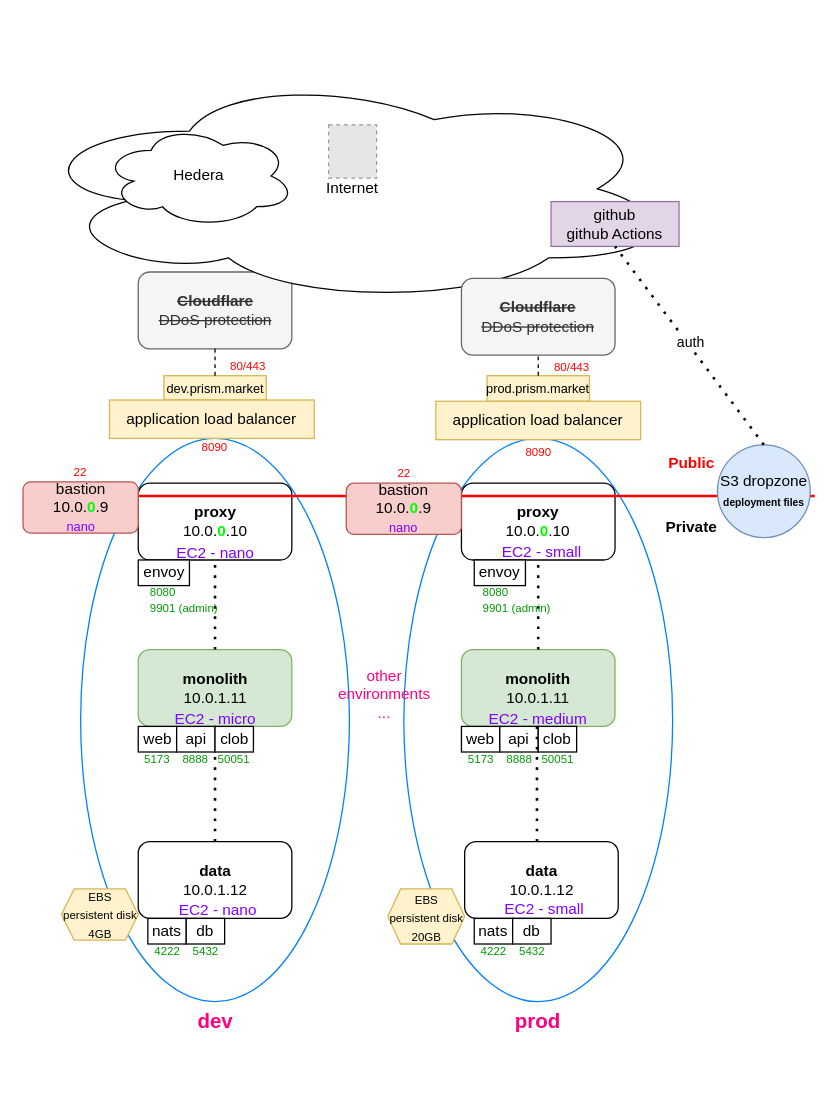
The draw.io diagram resources/Predict.drawio in Amplified-Information/testing, before the edit. Source tidied: cells renumbered, new cells numbered last; positions are measured from the earlier drawing's top-left corner, leaving out a move shared by most shapes. Both pictures are drawn from the tidied source at 128%, with x=0, y=0 at pixel (23, 73). Pictures stored in the file or linked from it are replaced by grey dashed boxes.
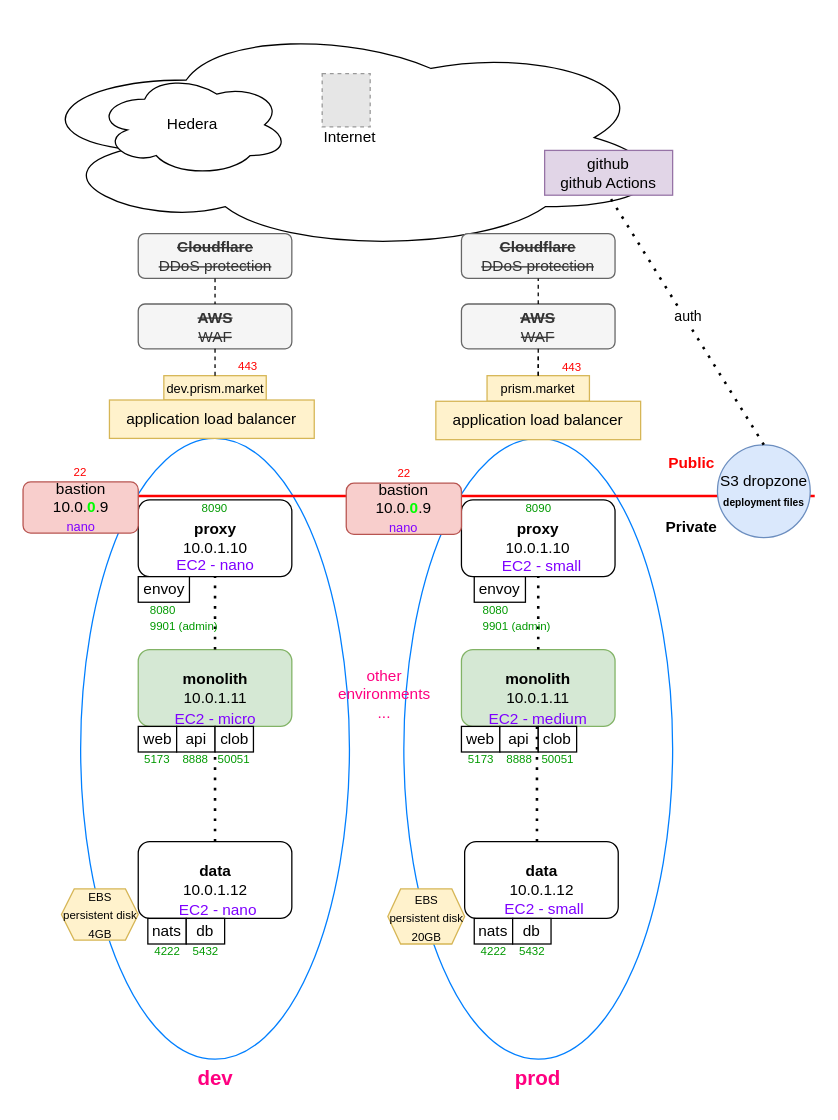
The same page after the edit.

Unchanged cells that the change refers to:
```xml
<mxCell id="56" value="&lt;font style=&quot;font-size: 10px;&quot;&gt;dev.prism.market&lt;/font&gt;" style="rounded=0;whiteSpace=wrap;html=1;fillColor=#fff2cc;strokeColor=#d6b656;" parent="1" vertex="1">
  <mxGeometry x="109.5" y="236" width="80" height="19" as="geometry" />
</mxCell>
```

Diff of the diagram source:
```diff
@@
     <mxCell id="2" style="ellipse;whiteSpace=wrap;html=1;fillColor=none;strokeColor=#007FFF;" parent="1" vertex="1">
-      <mxGeometry x="44.5" y="285" width="210" height="440" as="geometry" />
+      <mxGeometry x="44.5" y="285" width="210" height="485" as="geometry" />
     </mxCell>
     <mxCell id="3" style="ellipse;whiteSpace=wrap;html=1;fillColor=none;strokeColor=#007FFF;" parent="1" vertex="1">
-      <mxGeometry x="297" y="285" width="210" height="440" as="geometry" />
+      <mxGeometry x="297" y="285" width="210" height="485" as="geometry" />
     </mxCell>
-    <mxCell id="4" value="&lt;b&gt;proxy&lt;/b&gt;&lt;br&gt;&lt;div&gt;10.0.&lt;font style=&quot;color: rgb(0, 255, 0);&quot;&gt;&lt;b&gt;0&lt;/b&gt;&lt;/font&gt;.10&lt;/div&gt;" style="rounded=1;whiteSpace=wrap;html=1;" parent="1" vertex="1">
-      <mxGeometry x="89.5" y="320" width="120" height="60" as="geometry" />
+    <mxCell id="4" value="&lt;b&gt;proxy&lt;/b&gt;&lt;br&gt;&lt;div&gt;10.0.1.10&lt;/div&gt;" style="rounded=1;whiteSpace=wrap;html=1;" parent="1" vertex="1">
+      <mxGeometry x="89.5" y="333" width="120" height="60" as="geometry" />
     </mxCell>
@@
     <mxCell id="14" value="&lt;strike&gt;&lt;b&gt;Cloudflare&lt;/b&gt;&lt;br&gt;DDoS protection&lt;/strike&gt;" style="rounded=1;whiteSpace=wrap;html=1;fillColor=#f5f5f5;fontColor=#333333;strokeColor=#666666;" parent="1" vertex="1">
-      <mxGeometry x="89.5" y="155" width="120" height="60" as="geometry" />
+      <mxGeometry x="89.5" y="125" width="120" height="35" as="geometry" />
     </mxCell>
@@
     <mxCell id="18" value="&lt;font style=&quot;color: rgb(127, 0, 255);&quot;&gt;EC2 - nano&lt;/font&gt;" style="text;html=1;align=center;verticalAlign=middle;whiteSpace=wrap;rounded=0;" parent="1" vertex="1">
-      <mxGeometry x="99.5" y="360" width="100" height="30" as="geometry" />
+      <mxGeometry x="99.5" y="369" width="100" height="30" as="geometry" />
     </mxCell>
@@
     <mxCell id="23" value="Internet" style="ellipse;shape=cloud;whiteSpace=wrap;html=1;" parent="1" vertex="1">
-      <mxGeometry x="2" width="510" height="180" as="geometry" />
+      <mxGeometry x="-0.5" y="-40" width="510" height="180" as="geometry" />
     </mxCell>
@@
     <mxCell id="28" value="envoy" style="rounded=0;whiteSpace=wrap;html=1;" parent="1" vertex="1">
-      <mxGeometry x="89.5" y="380" width="40" height="20" as="geometry" />
+      <mxGeometry x="89.5" y="393" width="40" height="20" as="geometry" />
     </mxCell>
@@
     <mxCell id="34" value="&lt;div style=&quot;line-height: 100%;&quot;&gt;&lt;font style=&quot;color: rgb(0, 153, 0); font-size: 9px; line-height: 100%;&quot;&gt;8080&lt;/font&gt;&lt;div&gt;&lt;span style=&quot;color: light-dark(rgb(0, 153, 0), rgb(50, 181, 50)); font-size: 9px; background-color: transparent; line-height: 100%;&quot;&gt;9901 (admin)&lt;/span&gt;&lt;/div&gt;&lt;/div&gt;" style="text;html=1;whiteSpace=wrap;strokeColor=none;fillColor=none;align=left;verticalAlign=middle;rounded=0;" parent="1" vertex="1">
-      <mxGeometry x="97" y="405" width="95" height="10" as="geometry" />
+      <mxGeometry x="97" y="419" width="95" height="10" as="geometry" />
     </mxCell>
-    <mxCell id="35" value="&lt;b&gt;proxy&lt;/b&gt;&lt;br&gt;10.0.&lt;b&gt;&lt;font style=&quot;color: rgb(0, 255, 0);&quot;&gt;0&lt;/font&gt;&lt;/b&gt;.10" style="rounded=1;whiteSpace=wrap;html=1;" parent="1" vertex="1">
-      <mxGeometry x="342" y="320" width="120" height="60" as="geometry" />
+    <mxCell id="35" value="&lt;b&gt;proxy&lt;/b&gt;&lt;br&gt;10.0.1.10" style="rounded=1;whiteSpace=wrap;html=1;" parent="1" vertex="1">
+      <mxGeometry x="342" y="333" width="120" height="60" as="geometry" />
     </mxCell>
     <mxCell id="36" value="envoy" style="rounded=0;whiteSpace=wrap;html=1;" parent="1" vertex="1">
-      <mxGeometry x="352" y="380" width="40" height="20" as="geometry" />
+      <mxGeometry x="352" y="393" width="40" height="20" as="geometry" />
     </mxCell>
     <mxCell id="37" value="&lt;font style=&quot;color: rgb(127, 0, 255);&quot;&gt;EC2 - small&lt;/font&gt;" style="text;html=1;align=center;verticalAlign=middle;whiteSpace=wrap;rounded=0;" parent="1" vertex="1">
-      <mxGeometry x="354.5" y="359" width="100" height="30" as="geometry" />
+      <mxGeometry x="354.5" y="370" width="100" height="30" as="geometry" />
     </mxCell>
@@
-    <mxCell id="49" value="&lt;font style=&quot;font-size: 9px; color: rgb(255, 0, 0);&quot;&gt;8090&lt;/font&gt;" style="text;html=1;whiteSpace=wrap;strokeColor=none;fillColor=none;align=center;verticalAlign=middle;rounded=0;" parent="1" vertex="1">
-      <mxGeometry x="379.5" y="290" width="45" height="10" as="geometry" />
+    <mxCell id="49" value="&lt;font style=&quot;font-size: 9px; color: rgb(0, 153, 0);&quot;&gt;8090&lt;/font&gt;" style="text;html=1;whiteSpace=wrap;strokeColor=none;fillColor=none;align=center;verticalAlign=middle;rounded=0;" parent="1" vertex="1">
+      <mxGeometry x="379.5" y="334" width="45" height="10" as="geometry" />
     </mxCell>
     <mxCell id="50" style="fillColor=#E6E6E6;strokeColor=#999999;dashed=1;verticalLabelPosition=bottom;labelBackgroundColor=default;verticalAlign=top;" parent="1" vertex="1">
-      <mxGeometry x="238.2" y="40" width="37.5" height="41.7" as="geometry" />
+      <mxGeometry x="233.2" width="37.5" height="41.7" as="geometry" />
     </mxCell>
     <mxCell id="51" value="Hedera" style="ellipse;shape=cloud;whiteSpace=wrap;html=1;" parent="1" vertex="1">
-      <mxGeometry x="62" y="40" width="150" height="80" as="geometry" />
+      <mxGeometry x="57" width="150" height="80" as="geometry" />
     </mxCell>
-    <mxCell id="52" value="&lt;font style=&quot;font-size: 9px; color: rgb(255, 0, 0);&quot;&gt;80/443&lt;/font&gt;" style="text;html=1;whiteSpace=wrap;strokeColor=none;fillColor=none;align=center;verticalAlign=middle;rounded=0;" parent="1" vertex="1">
+    <mxCell id="52" value="&lt;font style=&quot;font-size: 9px; color: rgb(255, 0, 0);&quot;&gt;443&lt;/font&gt;" style="text;html=1;whiteSpace=wrap;strokeColor=none;fillColor=none;align=center;verticalAlign=middle;rounded=0;" parent="1" vertex="1">
       <mxGeometry x="152.5" y="223" width="45" height="10" as="geometry" />
     </mxCell>
     <mxCell id="53" value="&lt;div style=&quot;line-height: 100%;&quot;&gt;&lt;font style=&quot;color: rgb(0, 153, 0); font-size: 9px; line-height: 100%;&quot;&gt;8080&lt;/font&gt;&lt;div&gt;&lt;span style=&quot;color: light-dark(rgb(0, 153, 0), rgb(50, 181, 50)); font-size: 9px; background-color: transparent; line-height: 100%;&quot;&gt;9901 (admin)&lt;/span&gt;&lt;/div&gt;&lt;/div&gt;" style="text;html=1;whiteSpace=wrap;strokeColor=none;fillColor=none;align=left;verticalAlign=middle;rounded=0;" parent="1" vertex="1">
-      <mxGeometry x="357" y="405" width="95" height="10" as="geometry" />
+      <mxGeometry x="357" y="419" width="95" height="10" as="geometry" />
     </mxCell>
@@
-    <mxCell id="57" value="&lt;font style=&quot;font-size: 10px;&quot;&gt;prod.prism.market&lt;/font&gt;" style="rounded=0;whiteSpace=wrap;html=1;fillColor=#fff2cc;strokeColor=#d6b656;" parent="1" vertex="1">
+    <mxCell id="57" value="&lt;font style=&quot;font-size: 10px;&quot;&gt;prism.market&lt;/font&gt;" style="rounded=0;whiteSpace=wrap;html=1;fillColor=#fff2cc;strokeColor=#d6b656;" parent="1" vertex="1">
       <mxGeometry x="362" y="236" width="80" height="20" as="geometry" />
     </mxCell>
-    <mxCell id="58" value="&lt;font style=&quot;font-size: 9px; color: rgb(255, 0, 0);&quot;&gt;8090&lt;/font&gt;" style="text;html=1;whiteSpace=wrap;strokeColor=none;fillColor=none;align=center;verticalAlign=middle;rounded=0;" parent="1" vertex="1">
-      <mxGeometry x="127" y="286" width="45" height="10" as="geometry" />
+    <mxCell id="58" value="&lt;font style=&quot;font-size: 9px; color: rgb(0, 153, 0);&quot;&gt;8090&lt;/font&gt;" style="text;html=1;whiteSpace=wrap;strokeColor=none;fillColor=none;align=center;verticalAlign=middle;rounded=0;" parent="1" vertex="1">
+      <mxGeometry x="127" y="334" width="45" height="10" as="geometry" />
     </mxCell>
@@
     <mxCell id="62" value="github&lt;div&gt;github Actions&lt;/div&gt;" style="rounded=0;whiteSpace=wrap;html=1;fillColor=#e1d5e7;strokeColor=#9673a6;" parent="1" vertex="1">
-      <mxGeometry x="412" y="100" width="100" height="35" as="geometry" />
+      <mxGeometry x="407" y="60" width="100" height="35" as="geometry" />
     </mxCell>
@@
     <mxCell id="65" value="&lt;b&gt;&lt;font style=&quot;font-size: 16px;&quot;&gt;dev&lt;/font&gt;&lt;/b&gt;" style="text;html=1;whiteSpace=wrap;strokeColor=none;fillColor=none;align=center;verticalAlign=middle;rounded=0;fontColor=#FF0080;" parent="1" vertex="1">
-      <mxGeometry x="119.5" y="725" width="60" height="30" as="geometry" />
+      <mxGeometry x="119.5" y="770" width="60" height="30" as="geometry" />
     </mxCell>
     <mxCell id="66" value="&lt;b&gt;&lt;font style=&quot;font-size: 16px;&quot;&gt;prod&lt;/font&gt;&lt;/b&gt;" style="text;html=1;whiteSpace=wrap;strokeColor=none;fillColor=none;align=center;verticalAlign=middle;rounded=0;fontColor=#FF0080;" parent="1" vertex="1">
-      <mxGeometry x="372" y="725" width="60" height="30" as="geometry" />
+      <mxGeometry x="372" y="770" width="60" height="30" as="geometry" />
     </mxCell>
@@
+    <mxCell id="72" style="endArrow=none;dashed=1;html=1;rounded=0;entryX=0.5;entryY=1;entryDx=0;entryDy=0;exitX=0.5;exitY=0;exitDx=0;exitDy=0;" parent="1" edge="1" source="57">
+      <mxGeometry relative="1" as="geometry">
+        <mxPoint x="402" y="220" as="targetPoint" />
+      </mxGeometry>
+    </mxCell>
+    <mxCell id="74" value="&lt;font style=&quot;font-size: 9px; color: rgb(255, 0, 0);&quot;&gt;443&lt;/font&gt;" style="text;html=1;whiteSpace=wrap;strokeColor=none;fillColor=none;align=center;verticalAlign=middle;rounded=0;" parent="1" vertex="1">
+      <mxGeometry x="406" y="224" width="45" height="10" as="geometry" />
+    </mxCell>
     <mxCell id="71" value="&lt;strike&gt;&lt;b&gt;Cloudflare&lt;/b&gt;&lt;br&gt;DDoS protection&lt;/strike&gt;" style="rounded=1;whiteSpace=wrap;html=1;fillColor=#f5f5f5;fontColor=#333333;strokeColor=#666666;" parent="1" vertex="1">
-      <mxGeometry x="342" y="160" width="120" height="60" as="geometry" />
+      <mxGeometry x="342" y="125" width="120" height="35" as="geometry" />
     </mxCell>
-    <mxCell id="72" style="endArrow=none;dashed=1;html=1;rounded=0;entryX=0.5;entryY=1;entryDx=0;entryDy=0;exitX=0.5;exitY=0;exitDx=0;exitDy=0;" parent="1" edge="1" source="57" target="71">
-      <mxGeometry relative="1" as="geometry" />
-    </mxCell>
-    <mxCell id="73" style="endArrow=none;dashed=1;html=1;rounded=0;entryX=0.5;entryY=1;entryDx=0;entryDy=0;exitX=0.5;exitY=0;exitDx=0;exitDy=0;" parent="1" edge="1" source="56" target="14">
-      <mxGeometry relative="1" as="geometry" />
-    </mxCell>
-    <mxCell id="74" value="&lt;font style=&quot;font-size: 9px; color: rgb(255, 0, 0);&quot;&gt;80/443&lt;/font&gt;" style="text;html=1;whiteSpace=wrap;strokeColor=none;fillColor=none;align=center;verticalAlign=middle;rounded=0;" parent="1" vertex="1">
-      <mxGeometry x="406" y="224" width="45" height="10" as="geometry" />
-    </mxCell>
+    <mxCell id="75" value="&lt;strike style=&quot;&quot;&gt;&lt;b&gt;AWS&lt;/b&gt;&lt;br&gt;WAF&lt;/strike&gt;" style="rounded=1;whiteSpace=wrap;html=1;fillColor=#f5f5f5;fontColor=#333333;strokeColor=#666666;" parent="1" vertex="1">
+      <mxGeometry x="89.5" y="180" width="120" height="35" as="geometry" />
+    </mxCell>
+    <mxCell id="76" value="&lt;strike style=&quot;&quot;&gt;&lt;b&gt;AWS&lt;/b&gt;&lt;br&gt;WAF&lt;/strike&gt;" style="rounded=1;whiteSpace=wrap;html=1;fillColor=#f5f5f5;fontColor=#333333;strokeColor=#666666;" parent="1" vertex="1">
+      <mxGeometry x="342" y="180" width="120" height="35" as="geometry" />
+    </mxCell>
+    <mxCell id="77" style="endArrow=none;dashed=1;html=1;rounded=0;exitX=0.5;exitY=1;exitDx=0;exitDy=0;entryX=0.5;entryY=0;entryDx=0;entryDy=0;" parent="1" edge="1" source="75" target="56">
+      <mxGeometry relative="1" as="geometry" />
+    </mxCell>
+    <mxCell id="78" style="endArrow=none;dashed=1;html=1;rounded=0;exitX=0.5;exitY=1;exitDx=0;exitDy=0;entryX=0.5;entryY=0;entryDx=0;entryDy=0;" parent="1" edge="1" source="14" target="75">
+      <mxGeometry relative="1" as="geometry" />
+    </mxCell>
+    <mxCell id="79" style="endArrow=none;dashed=1;html=1;rounded=0;entryX=0.5;entryY=1;entryDx=0;entryDy=0;exitX=0.5;exitY=0;exitDx=0;exitDy=0;" parent="1" edge="1" source="76" target="71">
+      <mxGeometry relative="1" as="geometry" />
+    </mxCell>
+    <mxCell id="80" style="endArrow=none;dashed=1;html=1;rounded=0;entryX=0.5;entryY=1;entryDx=0;entryDy=0;exitX=0.5;exitY=0;exitDx=0;exitDy=0;" parent="1" edge="1" source="57" target="76">
+      <mxGeometry relative="1" as="geometry" />
+    </mxCell>
```
